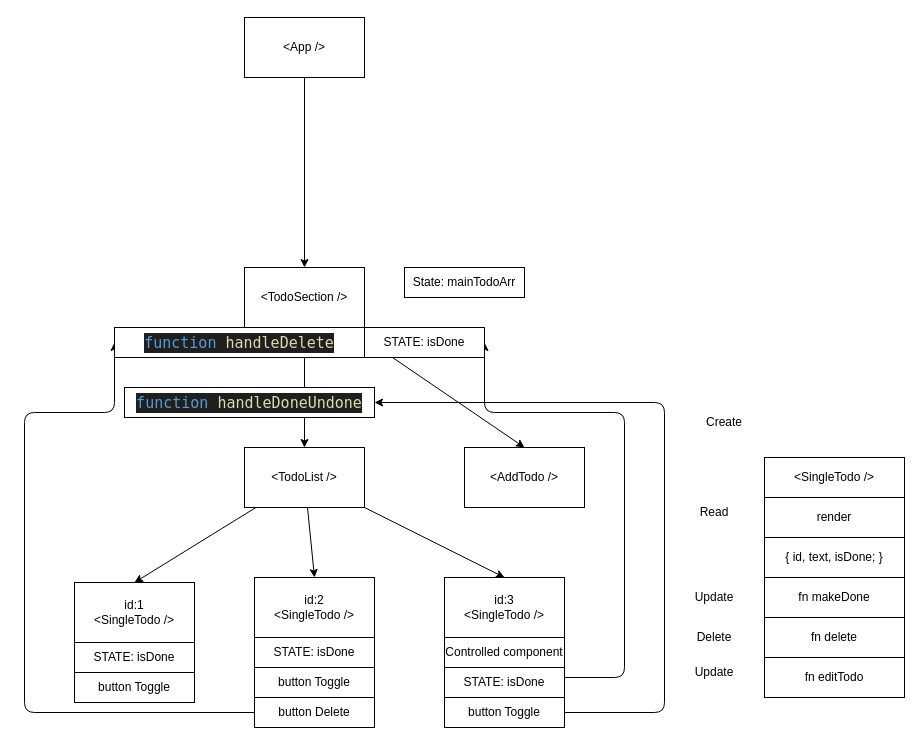
MariusCodeAcademy/type19_06_todo_crud_app keeps this draw.io diagram as todo.drawio. Above is the earlier version. Source tidied: cells renumbered, new cells numbered last; positions are measured from the earlier drawing's top-left corner, leaving out a move shared by most shapes. Both pictures are drawn from the tidied source at 100%, with x=0, y=0 at pixel (24, 17).
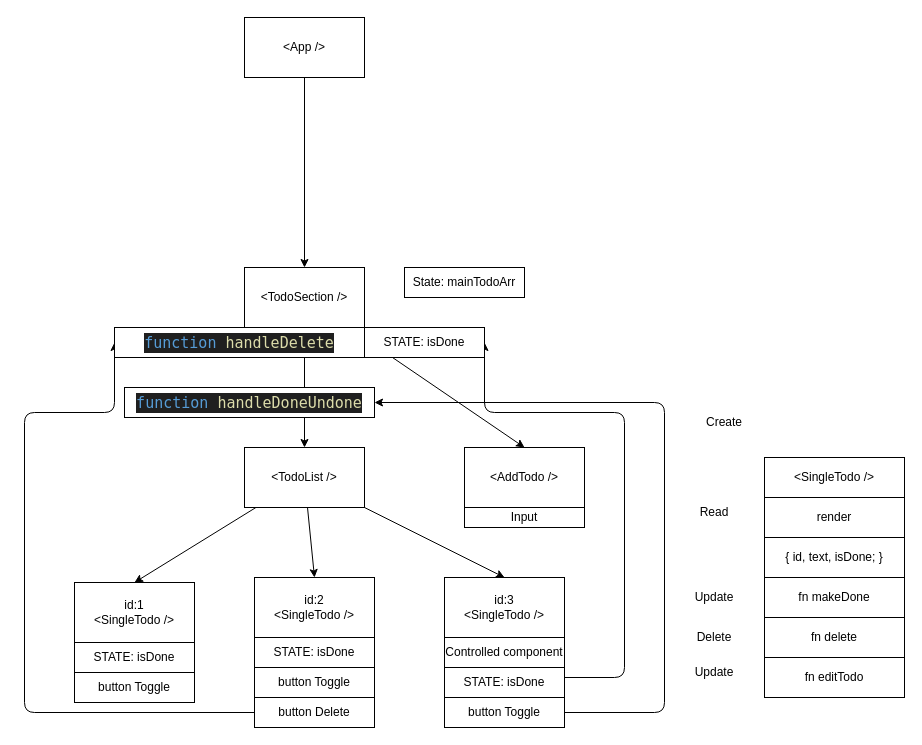
Above is the later version.

Diff of the diagram source:
```diff
@@
+    <mxCell id="41" value="Input" style="rounded=0;whiteSpace=wrap;html=1;" parent="1" vertex="1">
+      <mxGeometry x="440" y="490" width="120" height="20" as="geometry" />
+    </mxCell>
```
